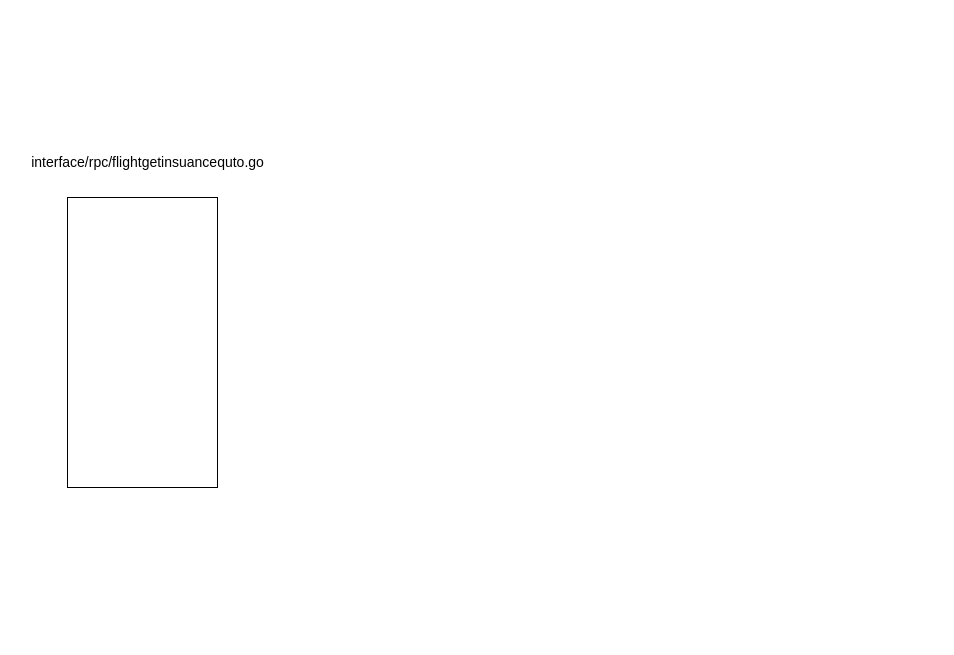
Before: source/diagrams/DDD_clean_code.drawio in wxquare/wxquare.github.io, a draw.io diagram. Source tidied: cells renumbered, new cells numbered last; positions are measured from the earlier drawing's top-left corner, leaving out a move shared by most shapes. Both pictures are drawn from the tidied source at 100%, with x=0, y=0 at pixel (17, 147).
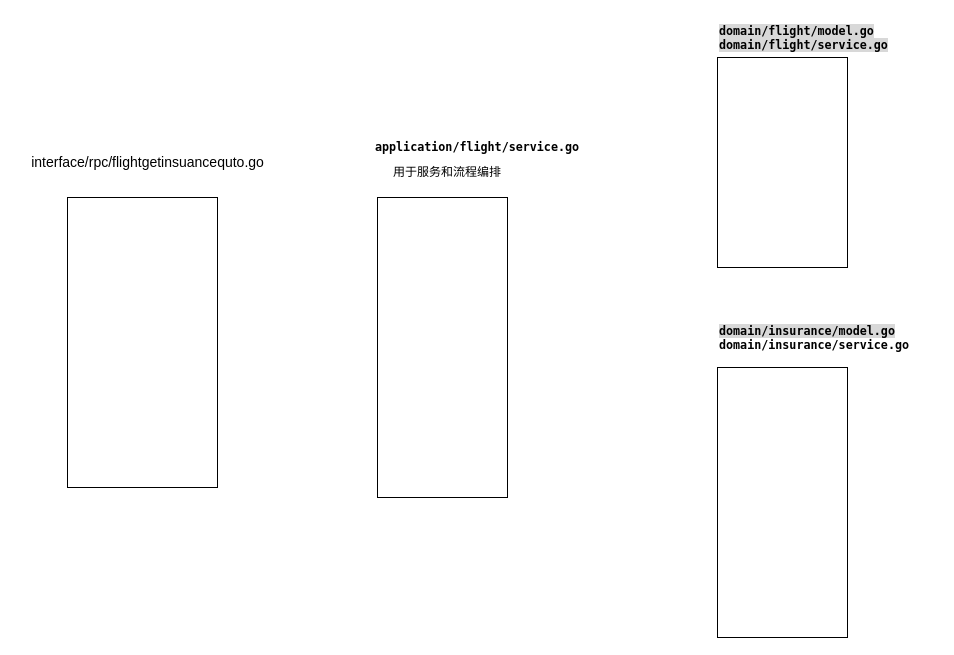
After the change.

Change to the diagram source:
```diff
@@
 <mxGraphModel>
   <root>
     <mxCell id="0" />
     <mxCell id="1" parent="0" />
     <mxCell id="2" style="rounded=0;whiteSpace=wrap;html=1;" parent="1" vertex="1">
       <mxGeometry x="50" y="50" width="150" height="290" as="geometry" />
     </mxCell>
     <mxCell id="3" value="&lt;font style=&quot;font-size: 14px;&quot;&gt;interface/rpc/flightgetinsuancequto.go&lt;/font&gt;" style="text;html=1;align=center;verticalAlign=middle;strokeColor=none;fillColor=none;" parent="1" vertex="1">
       <mxGeometry width="260" height="30" as="geometry" />
     </mxCell>
+    <mxCell id="4" style="rounded=0;whiteSpace=wrap;html=1;" parent="1" vertex="1">
+      <mxGeometry x="360" y="50" width="130" height="300" as="geometry" />
+    </mxCell>
+    <mxCell id="5" value="&lt;span style=&quot;scrollbar-color: var(--vscode-scrollbarSlider-background,#424242) var(--vscode-editor-background,#1e1e1e); font-family: Menlo, Monaco, &amp;quot;Courier New&amp;quot;, monospace, Menlo, Monaco, &amp;quot;Courier New&amp;quot;, monospace; font-size: 11.7px; font-weight: 600; text-align: left;&quot;&gt;application&lt;/span&gt;&lt;span style=&quot;scrollbar-color: var(--vscode-scrollbarSlider-background,#424242) var(--vscode-editor-background,#1e1e1e); font-family: Menlo, Monaco, &amp;quot;Courier New&amp;quot;, monospace, Menlo, Monaco, &amp;quot;Courier New&amp;quot;, monospace; font-size: 11.7px; font-weight: 600; text-align: left;&quot;&gt;/flight/service.go&lt;/span&gt;" style="text;html=1;align=center;verticalAlign=middle;whiteSpace=wrap;rounded=0;" parent="1" vertex="1">
+      <mxGeometry x="430" y="-10" width="60" height="20" as="geometry" />
+    </mxCell>
+    <mxCell id="6" style="rounded=0;whiteSpace=wrap;html=1;" parent="1" vertex="1">
+      <mxGeometry x="700" y="220" width="130" height="270" as="geometry" />
+    </mxCell>
+    <mxCell id="7" style="rounded=0;whiteSpace=wrap;html=1;" parent="1" vertex="1">
+      <mxGeometry x="700" y="-90" width="130" height="210" as="geometry" />
+    </mxCell>
+    <mxCell id="8" value="&lt;span style=&quot;color: rgb(0, 0, 0); font-family: Menlo, Monaco, &amp;quot;Courier New&amp;quot;, monospace, Menlo, Monaco, &amp;quot;Courier New&amp;quot;, monospace; font-size: 11.7px; font-style: normal; font-variant-ligatures: normal; font-variant-caps: normal; font-weight: 600; letter-spacing: normal; orphans: 2; text-align: left; text-indent: 0px; text-transform: none; widows: 2; word-spacing: 0px; -webkit-text-stroke-width: 0px; white-space: normal; background-color: color(srgb 0.708899 0.708899 0.708899 / 0.52); text-decoration-thickness: initial; text-decoration-style: initial; text-decoration-color: initial; float: none; display: inline !important;&quot;&gt;domain/insurance/model.go&lt;/span&gt;&lt;div&gt;&lt;font face=&quot;Menlo, Monaco, Courier New, monospace, Menlo, Monaco, Courier New, monospace&quot;&gt;&lt;span style=&quot;font-size: 11.7px;&quot;&gt;&lt;b&gt;domain/insurance/service.go&lt;br&gt;&lt;/b&gt;&lt;/span&gt;&lt;/font&gt;&lt;div&gt;&lt;span style=&quot;color: rgb(0, 0, 0); font-family: Menlo, Monaco, &amp;quot;Courier New&amp;quot;, monospace, Menlo, Monaco, &amp;quot;Courier New&amp;quot;, monospace; font-size: 11.7px; font-style: normal; font-variant-ligatures: normal; font-variant-caps: normal; font-weight: 600; letter-spacing: normal; orphans: 2; text-align: left; text-indent: 0px; text-transform: none; widows: 2; word-spacing: 0px; -webkit-text-stroke-width: 0px; white-space: normal; background-color: color(srgb 0.708899 0.708899 0.708899 / 0.52); text-decoration-thickness: initial; text-decoration-style: initial; text-decoration-color: initial; float: none; display: inline !important;&quot;&gt;&lt;br&gt;&lt;/span&gt;&lt;/div&gt;&lt;/div&gt;" style="text;whiteSpace=wrap;html=1;" parent="1" vertex="1">
+      <mxGeometry x="700" y="170" width="220" height="40" as="geometry" />
+    </mxCell>
+    <mxCell id="9" value="&lt;span style=&quot;color: rgb(0, 0, 0); font-family: Menlo, Monaco, &amp;quot;Courier New&amp;quot;, monospace, Menlo, Monaco, &amp;quot;Courier New&amp;quot;, monospace; font-size: 11.7px; font-style: normal; font-variant-ligatures: normal; font-variant-caps: normal; font-weight: 600; letter-spacing: normal; orphans: 2; text-align: left; text-indent: 0px; text-transform: none; widows: 2; word-spacing: 0px; -webkit-text-stroke-width: 0px; white-space: normal; background-color: color(srgb 0.708899 0.708899 0.708899 / 0.52); text-decoration-thickness: initial; text-decoration-style: initial; text-decoration-color: initial; float: none; display: inline !important;&quot;&gt;domain/flight/model.go&lt;/span&gt;&lt;div&gt;&lt;font face=&quot;Menlo, Monaco, Courier New, monospace, Menlo, Monaco, Courier New, monospace&quot;&gt;&lt;span style=&quot;font-size: 11.7px; background-color: color(srgb 0.708899 0.708899 0.708899 / 0.52);&quot;&gt;&lt;b&gt;domain/flight/service.go&lt;/b&gt;&lt;/span&gt;&lt;/font&gt;&lt;/div&gt;" style="text;whiteSpace=wrap;html=1;" parent="1" vertex="1">
+      <mxGeometry x="700" y="-130" width="220" height="40" as="geometry" />
+    </mxCell>
+    <mxCell id="10" value="用于服务和流程编排" style="text;html=1;align=center;verticalAlign=middle;whiteSpace=wrap;rounded=0;" parent="1" vertex="1">
+      <mxGeometry x="350" y="10" width="160" height="30" as="geometry" />
+    </mxCell>
   </root>
 </mxGraphModel>
```
